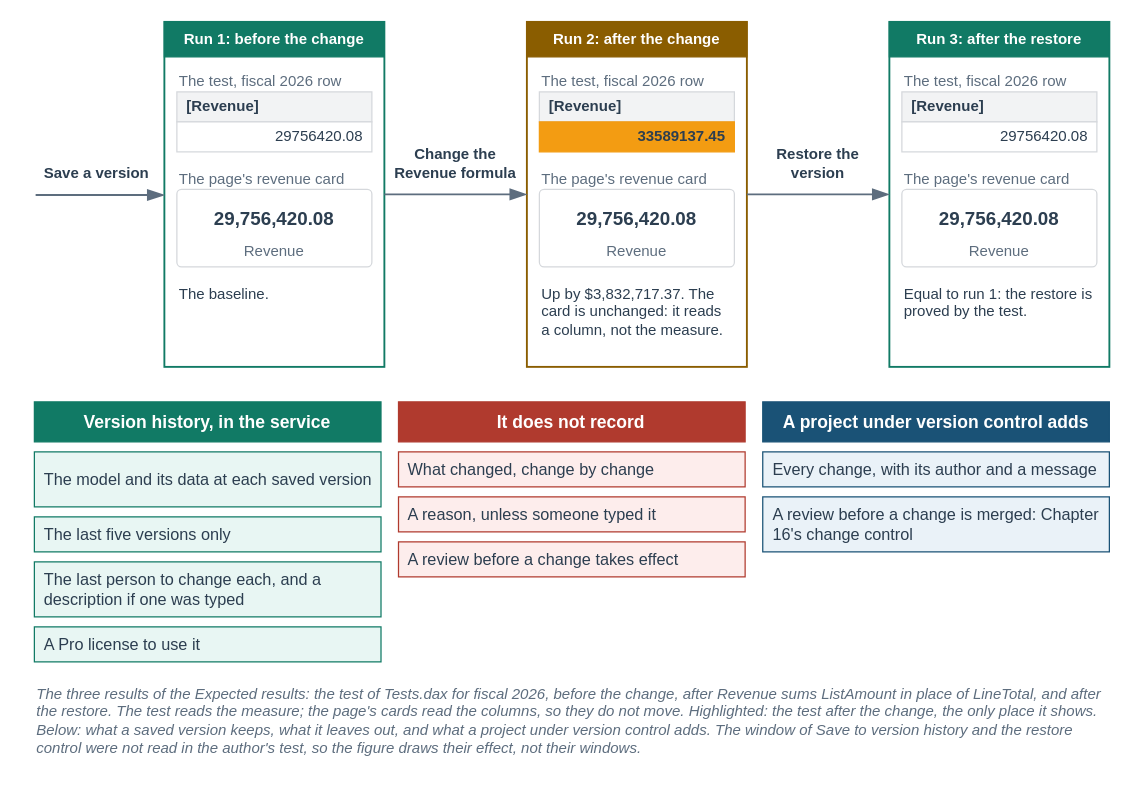
Before: facts/instructor/figures/appendix-c-power-bi-browser/IF-AC-3-A.drawio in mmcodesso/Accounting_Analytics_Book, a draw.io diagram. Source tidied: cells renumbered, new cells numbered last; positions are measured from the earlier drawing's top-left corner, leaving out a move shared by most shapes. Both pictures are drawn from the tidied source at 125%, with x=0, y=0 at pixel (34, 21).
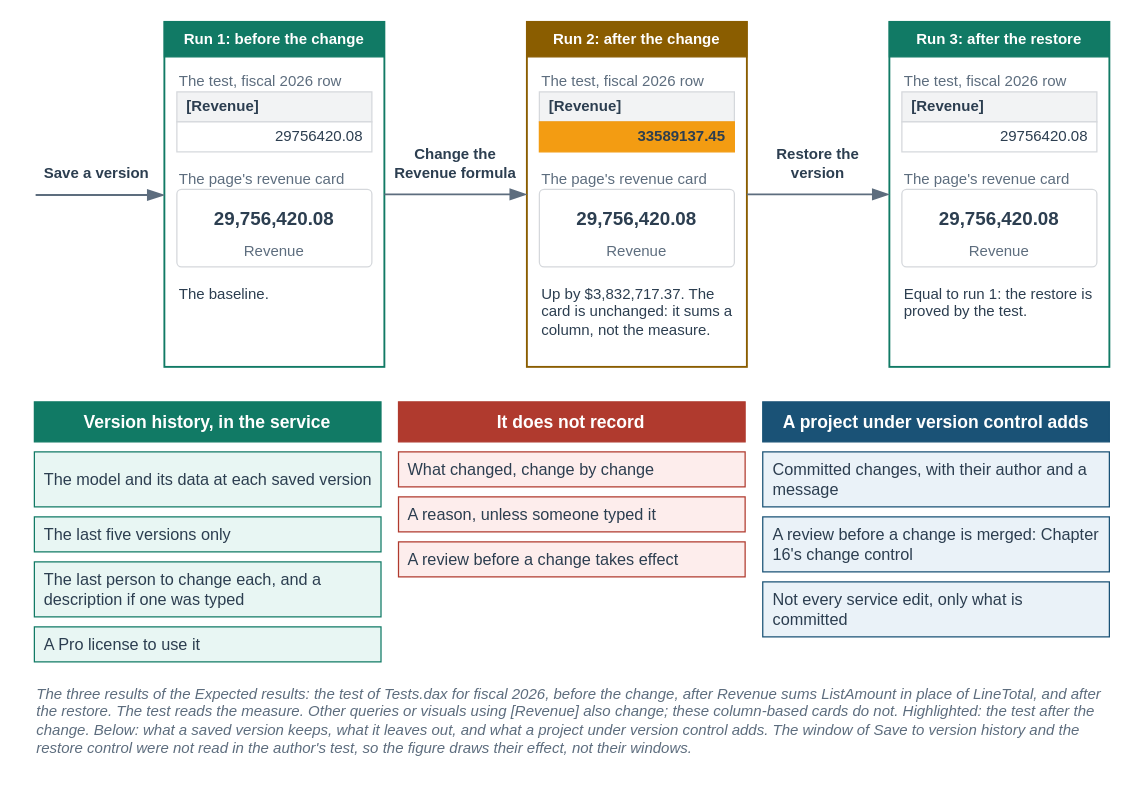
The same page after the edit.

Change to the diagram source:
```diff
@@
-    <mxCell id="22" value="Up by $3,832,717.37. The card is unchanged: it reads a column, not the measure." style="text;html=1;whiteSpace=wrap;align=left;verticalAlign=top;fontSize=12;fontColor=#2C3E50;fontStyle=0;fontFamily=Helvetica;spacing=2;fillColor=none;strokeColor=none;" parent="1" vertex="1">
+    <mxCell id="22" value="Up by $3,832,717.37. The card is unchanged: it sums a column, not the measure." style="text;html=1;whiteSpace=wrap;align=left;verticalAlign=top;fontSize=12;fontColor=#2C3E50;fontStyle=0;fontFamily=Helvetica;spacing=2;fillColor=none;strokeColor=none;" parent="1" vertex="1">
       <mxGeometry x="404" y="204" width="156" height="68" as="geometry" />
     </mxCell>
@@
-    <mxCell id="51" value="Every change, with its author and a message" style="rounded=0;arcSize=6;whiteSpace=wrap;html=1;fillColor=#EAF2F8;strokeColor=#1A5276;strokeWidth=1;fontColor=#2C3E50;fontSize=13;fontStyle=0;align=left;verticalAlign=middle;fontFamily=Helvetica;spacingLeft=6;spacingRight=6;" parent="1" vertex="1">
-      <mxGeometry x="582.7" y="344" width="277.3" height="28" as="geometry" />
+    <mxCell id="51" value="Committed changes, with their author and a message" style="rounded=0;arcSize=6;whiteSpace=wrap;html=1;fillColor=#EAF2F8;strokeColor=#1A5276;strokeWidth=1;fontColor=#2C3E50;fontSize=13;fontStyle=0;align=left;verticalAlign=middle;fontFamily=Helvetica;spacingLeft=6;spacingRight=6;" parent="1" vertex="1">
+      <mxGeometry x="582.7" y="344" width="277.3" height="44" as="geometry" />
     </mxCell>
     <mxCell id="52" value="A review before a change is merged: Chapter 16's change control" style="rounded=0;arcSize=6;whiteSpace=wrap;html=1;fillColor=#EAF2F8;strokeColor=#1A5276;strokeWidth=1;fontColor=#2C3E50;fontSize=13;fontStyle=0;align=left;verticalAlign=middle;fontFamily=Helvetica;spacingLeft=6;spacingRight=6;" parent="1" vertex="1">
-      <mxGeometry x="582.7" y="380" width="277.3" height="44" as="geometry" />
+      <mxGeometry x="582.7" y="396" width="277.3" height="44" as="geometry" />
     </mxCell>
-    <mxCell id="53" value="&lt;i&gt;The three results of the Expected results: the test of Tests.dax for fiscal 2026, before the change, after Revenue sums ListAmount in place of LineTotal, and after the restore. The test reads the measure; the page's cards read the columns, so they do not move. Highlighted: the test after the change, the only place it shows. Below: what a saved version keeps, what it leaves out, and what a project under version control adds. The window of Save to version history and the restore control were not read in the author's test, so the figure draws their effect, not their windows.&lt;/i&gt;" style="text;html=1;whiteSpace=wrap;align=left;verticalAlign=top;fontSize=12;fontColor=#5D6D7E;fontStyle=0;fontFamily=Helvetica;spacing=2;fillColor=none;strokeColor=none;" parent="1" vertex="1">
-      <mxGeometry y="524" width="860" height="68" as="geometry" />
+    <mxCell id="53" value="Not every service edit, only what is committed" style="rounded=0;arcSize=6;whiteSpace=wrap;html=1;fillColor=#EAF2F8;strokeColor=#1A5276;strokeWidth=1;fontColor=#2C3E50;fontSize=13;fontStyle=0;align=left;verticalAlign=middle;fontFamily=Helvetica;spacingLeft=6;spacingRight=6;" parent="1" vertex="1">
+      <mxGeometry x="582.7" y="448" width="277.3" height="44" as="geometry" />
     </mxCell>
+    <mxCell id="54" value="&lt;i&gt;The three results of the Expected results: the test of Tests.dax for fiscal 2026, before the change, after Revenue sums ListAmount in place of LineTotal, and after the restore. The test reads the measure. Other queries or visuals using [Revenue] also change; these column-based cards do not. Highlighted: the test after the change. Below: what a saved version keeps, what it leaves out, and what a project under version control adds. The window of Save to version history and the restore control were not read in the author's test, so the figure draws their effect, not their windows.&lt;/i&gt;" style="text;html=1;whiteSpace=wrap;align=left;verticalAlign=top;fontSize=12;fontColor=#5D6D7E;fontStyle=0;fontFamily=Helvetica;spacing=2;fillColor=none;strokeColor=none;" parent="1" vertex="1">
+      <mxGeometry y="524" width="860" height="68" as="geometry" />
+    </mxCell>
```
